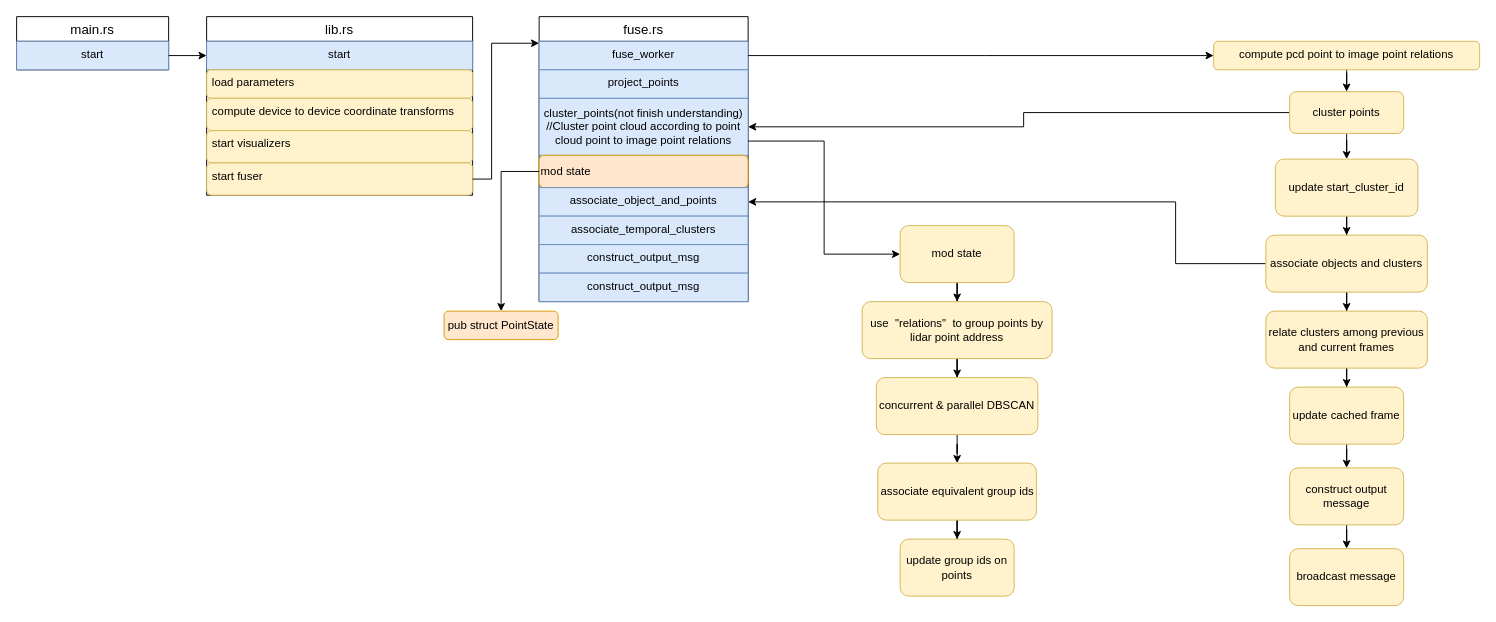
Above: sensor_fuse.drawio in YueChuCheng/Wayside_draw (draw.io), before the change. Source tidied: cells renumbered, new cells numbered last; positions are measured from the earlier drawing's top-left corner, leaving out a move shared by most shapes. Both pictures are drawn from the tidied source at 95%, with x=0, y=0 at pixel (16, 16).
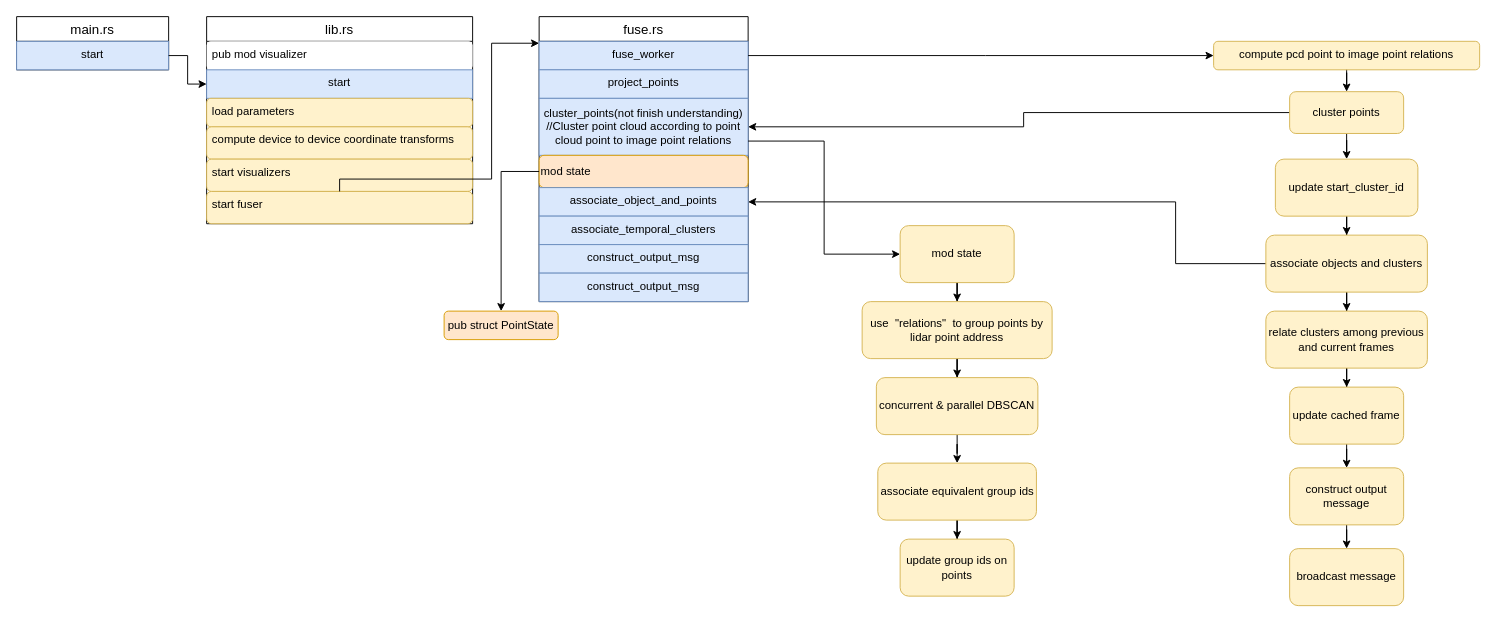
Above is the later version.

Diff of the diagram source:
```diff
@@
     <mxCell id="4" value="lib.rs" style="swimlane;fontStyle=0;horizontal=1;startSize=26;align=center;fontSize=14;" parent="1" vertex="1">
-      <mxGeometry x="200" width="280" height="188" as="geometry" />
+      <mxGeometry x="200" width="280" height="218" as="geometry" />
     </mxCell>
+    <mxCell id="51" value="pub mod visualizer" style="text;spacingLeft=4;spacingRight=4;overflow=hidden;fontSize=12;rounded=1;fillColor=default;" parent="4" vertex="1">
+      <mxGeometry y="26" width="280" height="30" as="geometry" />
+    </mxCell>
     <mxCell id="5" value="start&#10;" style="text;strokeColor=#6c8ebf;fillColor=#dae8fc;spacingLeft=4;spacingRight=4;overflow=hidden;points=[[0,0.5],[1,0.5]];portConstraint=eastwest;fontSize=12;align=center;" parent="4" vertex="1">
-      <mxGeometry y="26" width="280" height="30" as="geometry" />
+      <mxGeometry y="56" width="280" height="30" as="geometry" />
     </mxCell>
     <mxCell id="6" value="load parameters" style="text;strokeColor=#d6b656;fillColor=#fff2cc;spacingLeft=4;spacingRight=4;overflow=hidden;fontSize=12;rounded=1;" parent="4" vertex="1">
-      <mxGeometry y="56" width="280" height="30" as="geometry" />
+      <mxGeometry y="86" width="280" height="30" as="geometry" />
     </mxCell>
     <mxCell id="7" value="compute device to device coordinate transforms" style="text;strokeColor=#d6b656;fillColor=#fff2cc;spacingLeft=4;spacingRight=4;overflow=hidden;fontSize=12;rounded=1;" parent="4" vertex="1">
-      <mxGeometry y="86" width="280" height="34" as="geometry" />
+      <mxGeometry y="116" width="280" height="34" as="geometry" />
     </mxCell>
     <mxCell id="8" value="start visualizers" style="text;strokeColor=#d6b656;fillColor=#fff2cc;spacingLeft=4;spacingRight=4;overflow=hidden;fontSize=12;rounded=1;" parent="4" vertex="1">
-      <mxGeometry y="120" width="280" height="34" as="geometry" />
+      <mxGeometry y="150" width="280" height="34" as="geometry" />
     </mxCell>
     <mxCell id="9" value="start fuser" style="text;strokeColor=#d6b656;fillColor=#fff2cc;spacingLeft=4;spacingRight=4;overflow=hidden;points=[[0,0.5],[1,0.5]];portConstraint=eastwest;fontSize=12;rounded=1;" parent="4" vertex="1">
-      <mxGeometry y="154" width="280" height="34" as="geometry" />
+      <mxGeometry y="184" width="280" height="34" as="geometry" />
     </mxCell>
```
